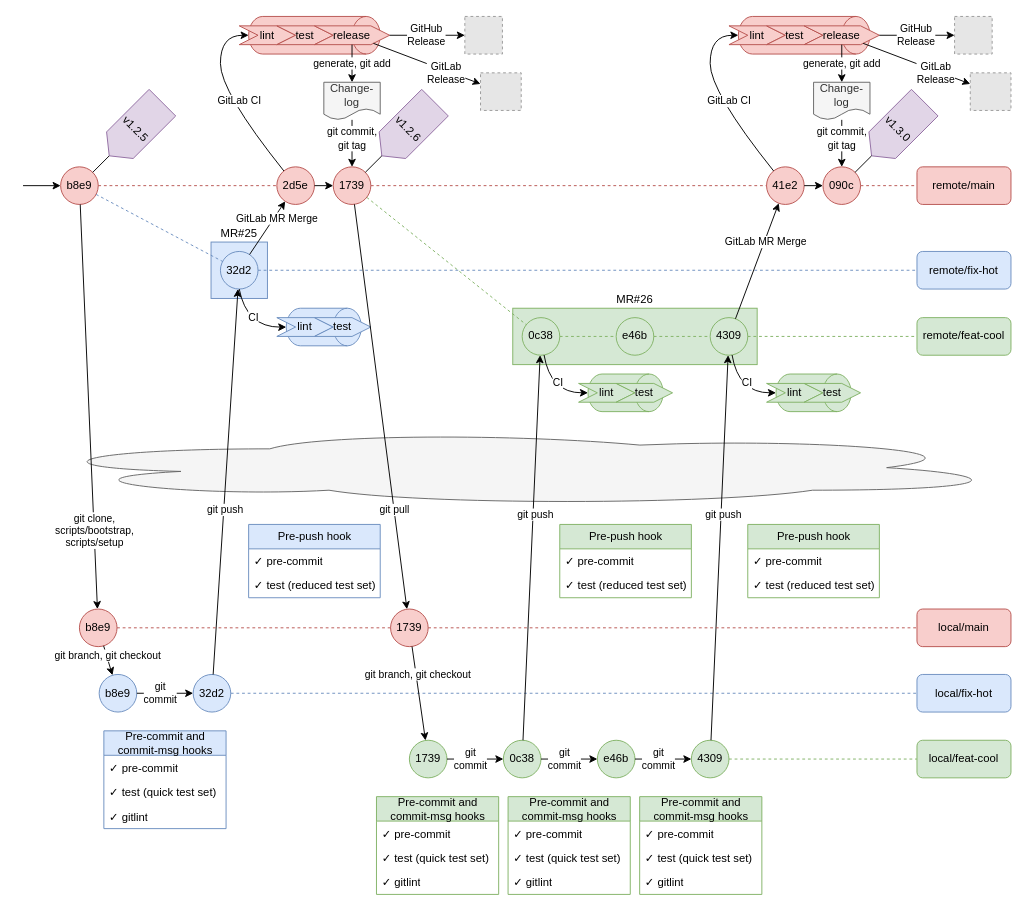
old-xebis/repository-template keeps this draw.io diagram as page "full" (5 of 5) of images/workflow.drawio. Above is the earlier version. Source tidied: cells renumbered, new cells numbered last; positions are measured from the earlier drawing's top-left corner, leaving out a move shared by most shapes. Both pictures are drawn from the tidied source at 94%, with x=0, y=0 at pixel (23, 16). Pictures stored in the file or linked from it are replaced by grey dashed boxes.
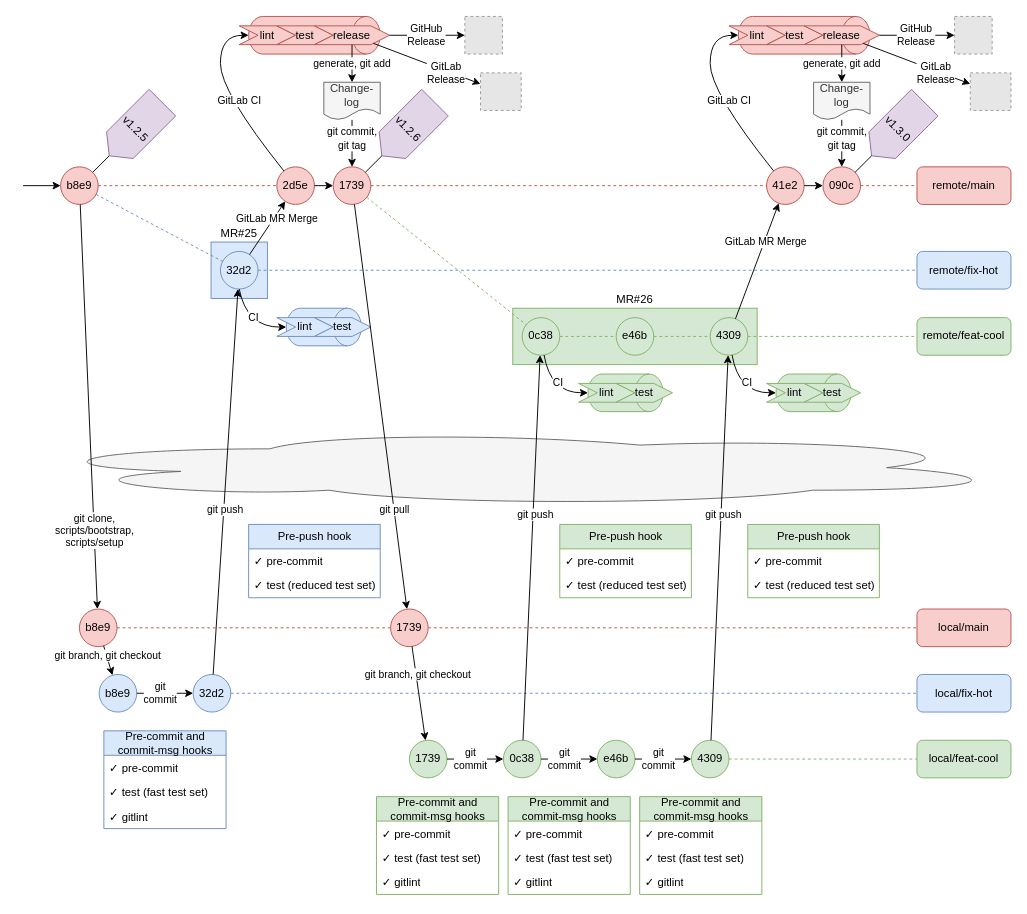
After the change.

Commit message (it also covers changes not shown here):
docs: fix fast test set name in images

Unchanged cells that the change refers to:
```xml
<mxCell id="29" value="Pre-commit and&lt;br&gt;commit-msg&amp;nbsp;hooks" style="swimlane;fontStyle=0;horizontal=1;startSize=26;fillColor=#dae8fc;html=1;strokeColor=#6c8ebf;" parent="1" vertex="1">
  <mxGeometry x="86" y="760" width="130" height="104" as="geometry" />
</mxCell>
<mxCell id="111" value="Pre-commit and&lt;br&gt;commit-msg&amp;nbsp;hooks" style="swimlane;fontStyle=0;horizontal=1;startSize=26;fillColor=#d5e8d4;html=1;strokeColor=#82b366;" parent="1" vertex="1">
  <mxGeometry x="516" y="830" width="130" height="104" as="geometry" />
</mxCell>
<mxCell id="115" value="Pre-commit and&lt;br&gt;commit-msg&amp;nbsp;hooks" style="swimlane;fontStyle=0;horizontal=1;startSize=26;fillColor=#d5e8d4;html=1;strokeColor=#82b366;" parent="1" vertex="1">
  <mxGeometry x="376" y="830" width="130" height="104" as="geometry" />
</mxCell>
<mxCell id="119" value="Pre-commit and&lt;br&gt;commit-msg&amp;nbsp;hooks" style="swimlane;fontStyle=0;horizontal=1;startSize=26;fillColor=#d5e8d4;html=1;strokeColor=#82b366;" parent="1" vertex="1">
  <mxGeometry x="656" y="830" width="130" height="104" as="geometry" />
</mxCell>
```

What changed in the source:
```diff
@@
-    <mxCell id="31" value="&lt;span style=&quot;&quot;&gt;✓ test (quick test set)&lt;/span&gt;" style="text;strokeColor=none;fillColor=none;align=left;verticalAlign=top;spacingLeft=4;spacingRight=4;overflow=hidden;whiteSpace=wrap;html=1;" parent="29" vertex="1">
+    <mxCell id="31" value="&lt;span style=&quot;&quot;&gt;✓ test (fast test set)&lt;/span&gt;" style="text;strokeColor=none;fillColor=none;align=left;verticalAlign=top;spacingLeft=4;spacingRight=4;overflow=hidden;whiteSpace=wrap;html=1;" parent="29" vertex="1">
       <mxGeometry y="52" width="130" height="26" as="geometry" />
     </mxCell>
@@
-    <mxCell id="113" value="&lt;span style=&quot;&quot;&gt;✓ test (quick test set)&lt;/span&gt;" style="text;strokeColor=none;fillColor=none;align=left;verticalAlign=top;spacingLeft=4;spacingRight=4;overflow=hidden;whiteSpace=wrap;html=1;" parent="111" vertex="1">
+    <mxCell id="113" value="&lt;span style=&quot;&quot;&gt;✓ test (fast test set)&lt;/span&gt;" style="text;strokeColor=none;fillColor=none;align=left;verticalAlign=top;spacingLeft=4;spacingRight=4;overflow=hidden;whiteSpace=wrap;html=1;" parent="111" vertex="1">
       <mxGeometry y="52" width="130" height="26" as="geometry" />
     </mxCell>
@@
-    <mxCell id="117" value="&lt;span style=&quot;&quot;&gt;✓ test (quick test set)&lt;/span&gt;" style="text;strokeColor=none;fillColor=none;align=left;verticalAlign=top;spacingLeft=4;spacingRight=4;overflow=hidden;whiteSpace=wrap;html=1;" parent="115" vertex="1">
+    <mxCell id="117" value="&lt;span style=&quot;&quot;&gt;✓ test (fast test set)&lt;/span&gt;" style="text;strokeColor=none;fillColor=none;align=left;verticalAlign=top;spacingLeft=4;spacingRight=4;overflow=hidden;whiteSpace=wrap;html=1;" parent="115" vertex="1">
       <mxGeometry y="52" width="130" height="26" as="geometry" />
     </mxCell>
@@
-    <mxCell id="121" value="&lt;span style=&quot;&quot;&gt;✓ test (quick test set)&lt;/span&gt;" style="text;strokeColor=none;fillColor=none;align=left;verticalAlign=top;spacingLeft=4;spacingRight=4;overflow=hidden;whiteSpace=wrap;html=1;" parent="119" vertex="1">
+    <mxCell id="121" value="&lt;span style=&quot;&quot;&gt;✓ test (fast test set)&lt;/span&gt;" style="text;strokeColor=none;fillColor=none;align=left;verticalAlign=top;spacingLeft=4;spacingRight=4;overflow=hidden;whiteSpace=wrap;html=1;" parent="119" vertex="1">
       <mxGeometry y="52" width="130" height="26" as="geometry" />
     </mxCell>
```
